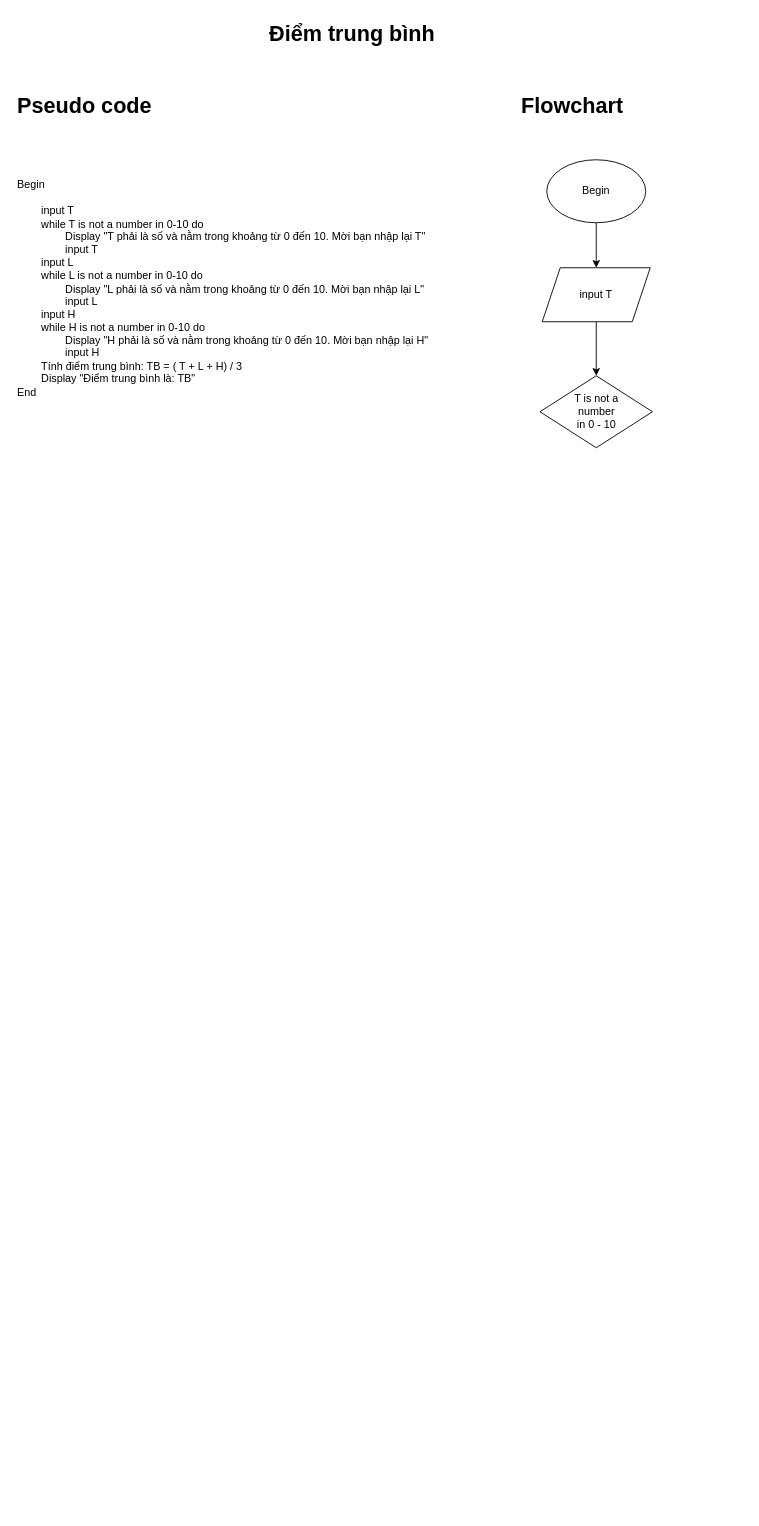
This is page "Điểm trung bình" (3 of 4) of ss3_Hello_world/module1_ss3.drawio from Trongtangoc/CGDN-C0824M1-Ta-Ngoc-Trong, a draw.io file, before an edit. Source tidied: cells renumbered, new cells numbered last; positions are measured from the earlier drawing's top-left corner, leaving out a move shared by most shapes. Both pictures are drawn from the tidied source at 90%, with x=0, y=0 at pixel (15, 15).
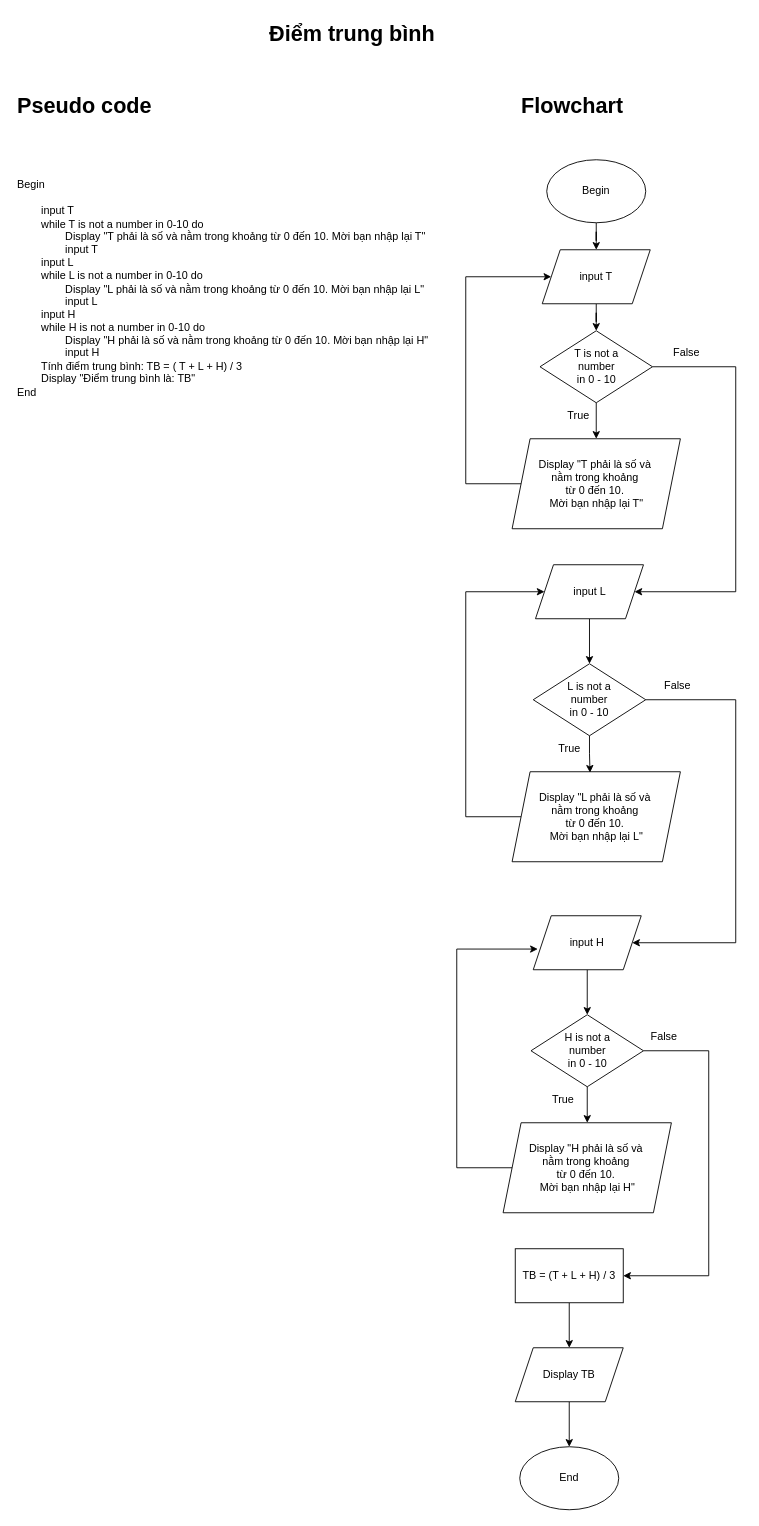
Above is the later version.

Commit message:
Cập nhật module1_ss3.drawio

Change to the diagram source:
```diff
@@
     <mxCell id="5" value="&lt;div&gt;&lt;br&gt;&lt;/div&gt;&lt;div&gt;&lt;span style=&quot;background-color: initial;&quot;&gt;Begin&lt;/span&gt;&lt;/div&gt;&lt;div&gt;&lt;br&gt;&lt;/div&gt;&lt;div&gt;&lt;span style=&quot;background-color: initial; white-space: pre;&quot;&gt;&lt;span style=&quot;white-space: pre;&quot;&gt;&#9;&lt;/span&gt;input T&lt;br&gt;&lt;span style=&quot;white-space: pre;&quot;&gt;&#9;&lt;/span&gt;while T is not a number in 0-10 do&lt;br&gt;&lt;span style=&quot;white-space: pre;&quot;&gt;&#9;&lt;/span&gt;&lt;span style=&quot;white-space: pre;&quot;&gt;&#9;&lt;/span&gt;Display &quot;T phải là số và nằm trong khoảng từ 0 đến 10. Mời bạn nhập lại T&quot;&lt;br&gt;&lt;span style=&quot;white-space: pre;&quot;&gt;&#9;&lt;/span&gt;&lt;span style=&quot;white-space: pre;&quot;&gt;&#9;&lt;/span&gt;input T&lt;br&gt;&lt;/span&gt;&lt;/div&gt;&lt;div&gt;&lt;/div&gt;&lt;div&gt;&lt;/div&gt;&lt;div&gt;&lt;/div&gt;&lt;div&gt;&lt;span style=&quot;background-color: initial; white-space: pre;&quot;&gt;&lt;span style=&quot;white-space: pre;&quot;&gt;&#9;&lt;/span&gt;&lt;/span&gt;&lt;span style=&quot;white-space: pre;&quot;&gt;input &lt;/span&gt;&lt;span style=&quot;background-color: initial; white-space: pre;&quot;&gt;L&lt;/span&gt;&lt;/div&gt;&lt;span style=&quot;white-space: pre;&quot;&gt;&#9;&lt;/span&gt;&lt;span style=&quot;white-space: pre;&quot;&gt;while L is not a number in 0-10 do&lt;/span&gt;&lt;br style=&quot;white-space: pre;&quot;&gt;&lt;span style=&quot;white-space: pre;&quot;&gt;&#9;&lt;/span&gt;&lt;span style=&quot;white-space: pre;&quot;&gt;&#9;&lt;/span&gt;&lt;span style=&quot;white-space: pre;&quot;&gt;Display &quot;L phải là số và nằm trong khoảng từ 0 đến 10. Mời bạn nhập lại L&quot;&lt;/span&gt;&lt;div&gt;&lt;span style=&quot;white-space: pre;&quot;&gt;&lt;span style=&quot;white-space: pre;&quot;&gt;&#9;&lt;/span&gt;&lt;span style=&quot;white-space: pre;&quot;&gt;&#9;&lt;/span&gt;&lt;/span&gt;&lt;span style=&quot;white-space: pre;&quot;&gt;input L&lt;/span&gt;&lt;span style=&quot;white-space: pre;&quot;&gt;&lt;br&gt;&lt;/span&gt;&lt;span style=&quot;white-space: pre;&quot;&gt;&lt;span style=&quot;white-space: pre;&quot;&gt;&#9;&lt;/span&gt;&lt;/span&gt;&lt;span style=&quot;white-space: pre;&quot;&gt;input &lt;/span&gt;&lt;span style=&quot;white-space: pre;&quot;&gt;H&lt;/span&gt;&lt;br style=&quot;white-space: pre;&quot;&gt;&lt;span style=&quot;white-space: pre;&quot;&gt;&#9;&lt;/span&gt;&lt;span style=&quot;white-space: pre;&quot;&gt;while H is not a number in 0-10 do&lt;/span&gt;&lt;br style=&quot;white-space: pre;&quot;&gt;&lt;span style=&quot;white-space: pre;&quot;&gt;&#9;&lt;/span&gt;&lt;span style=&quot;white-space: pre;&quot;&gt;&#9;&lt;/span&gt;&lt;span style=&quot;white-space: pre;&quot;&gt;Display &quot;H phải là số và nằm trong khoảng từ 0 đến 10. Mời bạn nhập lại H&quot;&lt;br&gt;&lt;/span&gt;&lt;span style=&quot;white-space: pre;&quot;&gt;&lt;span style=&quot;white-space: pre;&quot;&gt;&#9;&lt;/span&gt;&lt;span style=&quot;white-space: pre;&quot;&gt;&#9;&lt;/span&gt;&lt;/span&gt;&lt;span style=&quot;white-space: pre;&quot;&gt;input H&lt;/span&gt;&lt;/div&gt;&lt;div&gt;&lt;span style=&quot;white-space: pre;&quot;&gt;&lt;span style=&quot;white-space: pre;&quot;&gt;&#9;&lt;/span&gt;Tính điểm trung bình: TB = ( T + L + H) / 3&lt;br&gt;&lt;span style=&quot;white-space: pre;&quot;&gt;&#9;&lt;/span&gt;Display &quot;Điểm trung bình là: TB&quot;&lt;/span&gt;&lt;/div&gt;&lt;div&gt;&lt;span style=&quot;white-space: pre;&quot;&gt;End&lt;br&gt;&lt;/span&gt;&lt;div&gt;&lt;span style=&quot;white-space: pre;&quot;&gt;&#9;&lt;/span&gt;&lt;br&gt;&lt;/div&gt;&lt;div&gt;&lt;br&gt;&lt;/div&gt;&lt;div&gt;&lt;br&gt;&lt;/div&gt;&lt;/div&gt;" style="text;html=1;align=left;verticalAlign=top;whiteSpace=wrap;rounded=0;" parent="1" vertex="1">
-      <mxGeometry y="160" width="460" height="320" as="geometry" />
+      <mxGeometry y="160" width="480" height="280" as="geometry" />
     </mxCell>
@@
     <mxCell id="9" value="input T" style="shape=parallelogram;perimeter=parallelogramPerimeter;whiteSpace=wrap;html=1;fixedSize=1;" parent="1" vertex="1">
-      <mxGeometry x="585" y="280" width="120" height="60" as="geometry" />
+      <mxGeometry x="585" y="260" width="120" height="60" as="geometry" />
     </mxCell>
+    <mxCell id="11" style="edgeStyle=orthogonalEdgeStyle;rounded=0;jettySize=auto;html=1;" parent="1" edge="1" source="10" target="16">
+      <mxGeometry relative="1" as="geometry" />
+    </mxCell>
+    <mxCell id="12" style="edgeStyle=orthogonalEdgeStyle;rounded=0;jettySize=auto;html=1;exitX=1;exitY=0.5;exitDx=0;exitDy=0;" parent="1" edge="1" source="10" target="19">
+      <mxGeometry relative="1" as="geometry">
+        <Array as="points">
+          <mxPoint x="800" y="390" />
+          <mxPoint x="800" y="640" />
+        </Array>
+      </mxGeometry>
+    </mxCell>
     <mxCell id="10" value="T is not a &lt;br&gt;number &lt;br&gt;in 0 - 10" style="rhombus;whiteSpace=wrap;html=1;" parent="1" vertex="1">
-      <mxGeometry x="582.5" y="400" width="125" height="80" as="geometry" />
+      <mxGeometry x="582.5" y="350" width="125" height="80" as="geometry" />
     </mxCell>
+    <mxCell id="13" style="edgeStyle=orthogonalEdgeStyle;rounded=0;jettySize=auto;html=1;exitX=1;exitY=0.5;exitDx=0;exitDy=0;entryX=1;entryY=0.5;entryDx=0;entryDy=0;" parent="1" edge="1" source="14" target="27">
+      <mxGeometry relative="1" as="geometry">
+        <Array as="points">
+          <mxPoint x="800" y="760" />
+          <mxPoint x="800" y="1030" />
+        </Array>
+      </mxGeometry>
+    </mxCell>
+    <mxCell id="14" value="L is not a &lt;br&gt;number &lt;br&gt;in 0 - 10" style="rhombus;whiteSpace=wrap;html=1;" parent="1" vertex="1">
+      <mxGeometry x="575" y="720" width="125" height="80" as="geometry" />
+    </mxCell>
+    <mxCell id="15" style="edgeStyle=orthogonalEdgeStyle;rounded=0;jettySize=auto;html=1;exitX=0;exitY=0.5;exitDx=0;exitDy=0;entryX=0;entryY=0.5;entryDx=0;entryDy=0;" parent="1" edge="1" source="16" target="9">
+      <mxGeometry relative="1" as="geometry">
+        <Array as="points">
+          <mxPoint x="500" y="520" />
+          <mxPoint x="500" y="290" />
+        </Array>
+      </mxGeometry>
+    </mxCell>
+    <mxCell id="16" value="Display &quot;&lt;span style=&quot;text-align: left; white-space: pre;&quot;&gt;T phải là số và &lt;br/&gt;nằm trong khoảng &lt;br/&gt;từ 0 đến 10. &lt;br/&gt;Mời bạn nhập lại T&quot;&lt;/span&gt;" style="shape=parallelogram;perimeter=parallelogramPerimeter;whiteSpace=wrap;html=1;fixedSize=1;" parent="1" vertex="1">
+      <mxGeometry x="551.5" y="470" width="187" height="100" as="geometry" />
+    </mxCell>
+    <mxCell id="17" value="True" style="text;html=1;align=center;verticalAlign=middle;strokeColor=none;fillColor=none;" parent="1" vertex="1">
+      <mxGeometry x="600" y="430" width="50" height="30" as="geometry" />
+    </mxCell>
+    <mxCell id="18" style="edgeStyle=orthogonalEdgeStyle;rounded=0;jettySize=auto;html=1;exitX=0.5;exitY=1;exitDx=0;exitDy=0;entryX=0.5;entryY=0;entryDx=0;entryDy=0;" parent="1" edge="1" source="19" target="14">
+      <mxGeometry relative="1" as="geometry" />
+    </mxCell>
+    <mxCell id="19" value="input L" style="shape=parallelogram;perimeter=parallelogramPerimeter;whiteSpace=wrap;html=1;fixedSize=1;" parent="1" vertex="1">
+      <mxGeometry x="577.5" y="610" width="120" height="60" as="geometry" />
+    </mxCell>
+    <mxCell id="20" value="False" style="text;html=1;align=center;verticalAlign=middle;strokeColor=none;fillColor=none;" parent="1" vertex="1">
+      <mxGeometry x="720" y="360" width="50" height="30" as="geometry" />
+    </mxCell>
+    <mxCell id="21" style="edgeStyle=orthogonalEdgeStyle;rounded=0;jettySize=auto;html=1;exitX=0;exitY=0.5;exitDx=0;exitDy=0;entryX=0;entryY=0.5;entryDx=0;entryDy=0;" parent="1" edge="1" source="22" target="19">
+      <mxGeometry relative="1" as="geometry">
+        <Array as="points">
+          <mxPoint x="500" y="890" />
+          <mxPoint x="500" y="640" />
+        </Array>
+      </mxGeometry>
+    </mxCell>
+    <mxCell id="22" value="Display &quot;&lt;span style=&quot;text-align: left; white-space: pre;&quot;&gt;L phải là số và &lt;br&gt;nằm trong khoảng &lt;br&gt;từ 0 đến 10. &lt;br&gt;Mời bạn nhập lại L&quot;&lt;/span&gt;" style="shape=parallelogram;perimeter=parallelogramPerimeter;whiteSpace=wrap;html=1;fixedSize=1;" parent="1" vertex="1">
+      <mxGeometry x="551.5" y="840" width="187" height="100" as="geometry" />
+    </mxCell>
+    <mxCell id="23" style="edgeStyle=orthogonalEdgeStyle;rounded=0;jettySize=auto;html=1;exitX=0.5;exitY=1;exitDx=0;exitDy=0;entryX=0.463;entryY=0.01;entryDx=0;entryDy=0;entryPerimeter=0;" parent="1" edge="1" source="14" target="22">
+      <mxGeometry relative="1" as="geometry" />
+    </mxCell>
+    <mxCell id="24" value="True" style="text;html=1;align=center;verticalAlign=middle;strokeColor=none;fillColor=none;" parent="1" vertex="1">
+      <mxGeometry x="590" y="800" width="50" height="30" as="geometry" />
+    </mxCell>
+    <mxCell id="25" value="False" style="text;html=1;align=center;verticalAlign=middle;strokeColor=none;fillColor=none;" parent="1" vertex="1">
+      <mxGeometry x="710" y="730" width="50" height="30" as="geometry" />
+    </mxCell>
+    <mxCell id="26" style="edgeStyle=orthogonalEdgeStyle;rounded=0;jettySize=auto;html=1;exitX=0.5;exitY=1;exitDx=0;exitDy=0;entryX=0.5;entryY=0;entryDx=0;entryDy=0;" parent="1" edge="1" source="27" target="30">
+      <mxGeometry relative="1" as="geometry" />
+    </mxCell>
+    <mxCell id="27" value="input H" style="shape=parallelogram;perimeter=parallelogramPerimeter;whiteSpace=wrap;html=1;fixedSize=1;" parent="1" vertex="1">
+      <mxGeometry x="575" y="1000" width="120" height="60" as="geometry" />
+    </mxCell>
+    <mxCell id="28" style="edgeStyle=orthogonalEdgeStyle;rounded=0;jettySize=auto;html=1;exitX=0.5;exitY=1;exitDx=0;exitDy=0;entryX=0.5;entryY=0;entryDx=0;entryDy=0;" parent="1" edge="1" source="30" target="31">
+      <mxGeometry relative="1" as="geometry" />
+    </mxCell>
+    <mxCell id="29" style="edgeStyle=orthogonalEdgeStyle;rounded=0;jettySize=auto;html=1;exitX=1;exitY=0.5;exitDx=0;exitDy=0;entryX=1;entryY=0.5;entryDx=0;entryDy=0;" parent="1" edge="1" source="30" target="36">
+      <mxGeometry relative="1" as="geometry">
+        <Array as="points">
+          <mxPoint x="770" y="1150" />
+          <mxPoint x="770" y="1400" />
+        </Array>
+      </mxGeometry>
+    </mxCell>
+    <mxCell id="30" value="H is not a &lt;br&gt;number &lt;br&gt;in 0 - 10" style="rhombus;whiteSpace=wrap;html=1;" parent="1" vertex="1">
+      <mxGeometry x="572.5" y="1110" width="125" height="80" as="geometry" />
+    </mxCell>
+    <mxCell id="31" value="Display &quot;&lt;span style=&quot;text-align: left; white-space: pre;&quot;&gt;H phải là số và &lt;br&gt;nằm trong khoảng &lt;br&gt;từ 0 đến 10. &lt;br&gt;Mời bạn nhập lại H&quot;&lt;/span&gt;" style="shape=parallelogram;perimeter=parallelogramPerimeter;whiteSpace=wrap;html=1;fixedSize=1;" parent="1" vertex="1">
+      <mxGeometry x="541.5" y="1230" width="187" height="100" as="geometry" />
+    </mxCell>
+    <mxCell id="32" style="edgeStyle=orthogonalEdgeStyle;rounded=0;jettySize=auto;html=1;exitX=0;exitY=0.5;exitDx=0;exitDy=0;entryX=0.042;entryY=0.617;entryDx=0;entryDy=0;entryPerimeter=0;" parent="1" edge="1" source="31" target="27">
+      <mxGeometry relative="1" as="geometry">
+        <Array as="points">
+          <mxPoint x="490" y="1280" />
+          <mxPoint x="490" y="1037" />
+        </Array>
+      </mxGeometry>
+    </mxCell>
+    <mxCell id="33" value="True" style="text;html=1;align=center;verticalAlign=middle;strokeColor=none;fillColor=none;" parent="1" vertex="1">
+      <mxGeometry x="582.5" y="1190" width="50" height="30" as="geometry" />
+    </mxCell>
+    <mxCell id="34" value="False" style="text;html=1;align=center;verticalAlign=middle;strokeColor=none;fillColor=none;" parent="1" vertex="1">
+      <mxGeometry x="695" y="1120" width="50" height="30" as="geometry" />
+    </mxCell>
+    <mxCell id="35" style="edgeStyle=orthogonalEdgeStyle;rounded=0;jettySize=auto;html=1;exitX=0.5;exitY=1;exitDx=0;exitDy=0;entryX=0.5;entryY=0;entryDx=0;entryDy=0;" parent="1" edge="1" source="36" target="38">
+      <mxGeometry relative="1" as="geometry" />
+    </mxCell>
+    <mxCell id="36" value="TB = (T + L + H) / 3" style="whiteSpace=wrap;html=1;" parent="1" vertex="1">
+      <mxGeometry x="555" y="1370" width="120" height="60" as="geometry" />
+    </mxCell>
+    <mxCell id="37" style="edgeStyle=orthogonalEdgeStyle;rounded=0;jettySize=auto;html=1;exitX=0.5;exitY=1;exitDx=0;exitDy=0;entryX=0.5;entryY=0;entryDx=0;entryDy=0;" parent="1" edge="1" source="38" target="39">
+      <mxGeometry relative="1" as="geometry" />
+    </mxCell>
+    <mxCell id="38" value="Display TB" style="shape=parallelogram;perimeter=parallelogramPerimeter;whiteSpace=wrap;html=1;fixedSize=1;" parent="1" vertex="1">
+      <mxGeometry x="555" y="1480" width="120" height="60" as="geometry" />
+    </mxCell>
+    <mxCell id="39" value="End" style="ellipse;whiteSpace=wrap;html=1;" parent="1" vertex="1">
+      <mxGeometry x="560" y="1590" width="110" height="70" as="geometry" />
+    </mxCell>
```
